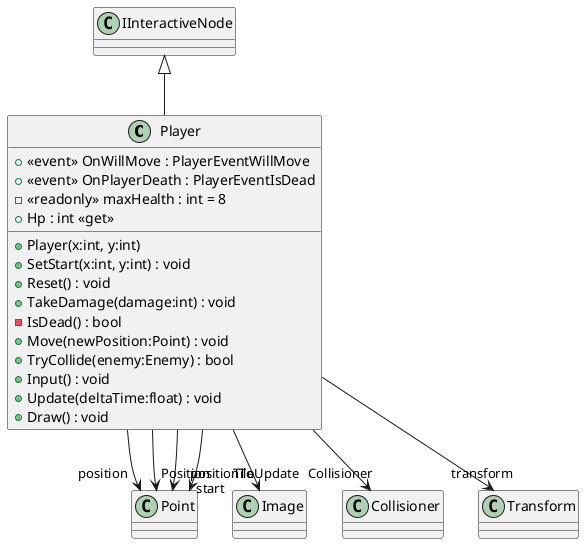
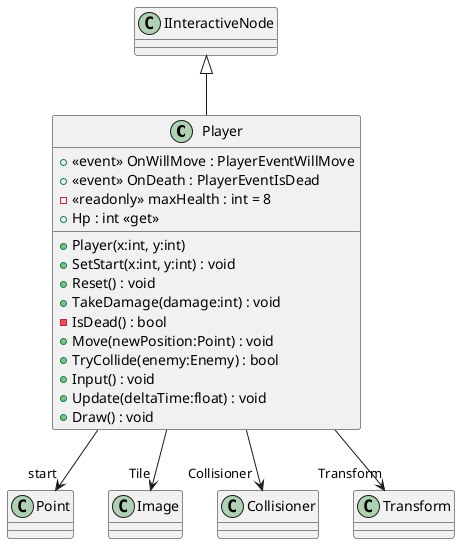
@startuml
class Player {
    +  <<event>> OnWillMove : PlayerEventWillMove
-     +  <<event>> OnPlayerDeath : PlayerEventIsDead
+     +  <<event>> OnDeath : PlayerEventIsDead
    - <<readonly>> maxHealth : int = 8
    + Hp : int <<get>>
    + Player(x:int, y:int)
    + SetStart(x:int, y:int) : void
    + Reset() : void
    + TakeDamage(damage:int) : void
    - IsDead() : bool
    + Move(newPosition:Point) : void
    + TryCollide(enemy:Enemy) : bool
    + Input() : void
    + Update(deltaTime:float) : void
    + Draw() : void
}
IInteractiveNode <|-- Player
- Player --> "position" Point
- Player --> "Position" Point
- Player --> "positionToUpdate" Point
Player --> "start" Point
Player --> "Tile" Image
Player --> "Collisioner" Collisioner
- Player --> "transform" Transform
+ Player --> "Transform" Transform
@enduml
